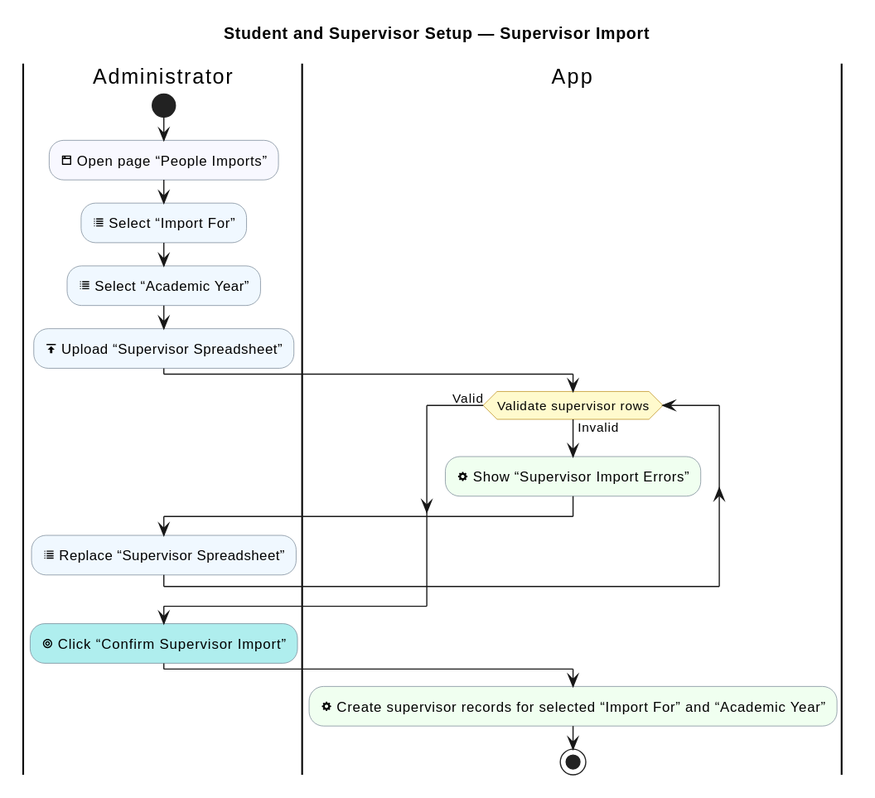
The PlantUML diagram industrial-placement-group-project/diagrams/shared-setup/supervisor-import.svg in sdflkjssl/sdflkjssl.github.io, before a commit.
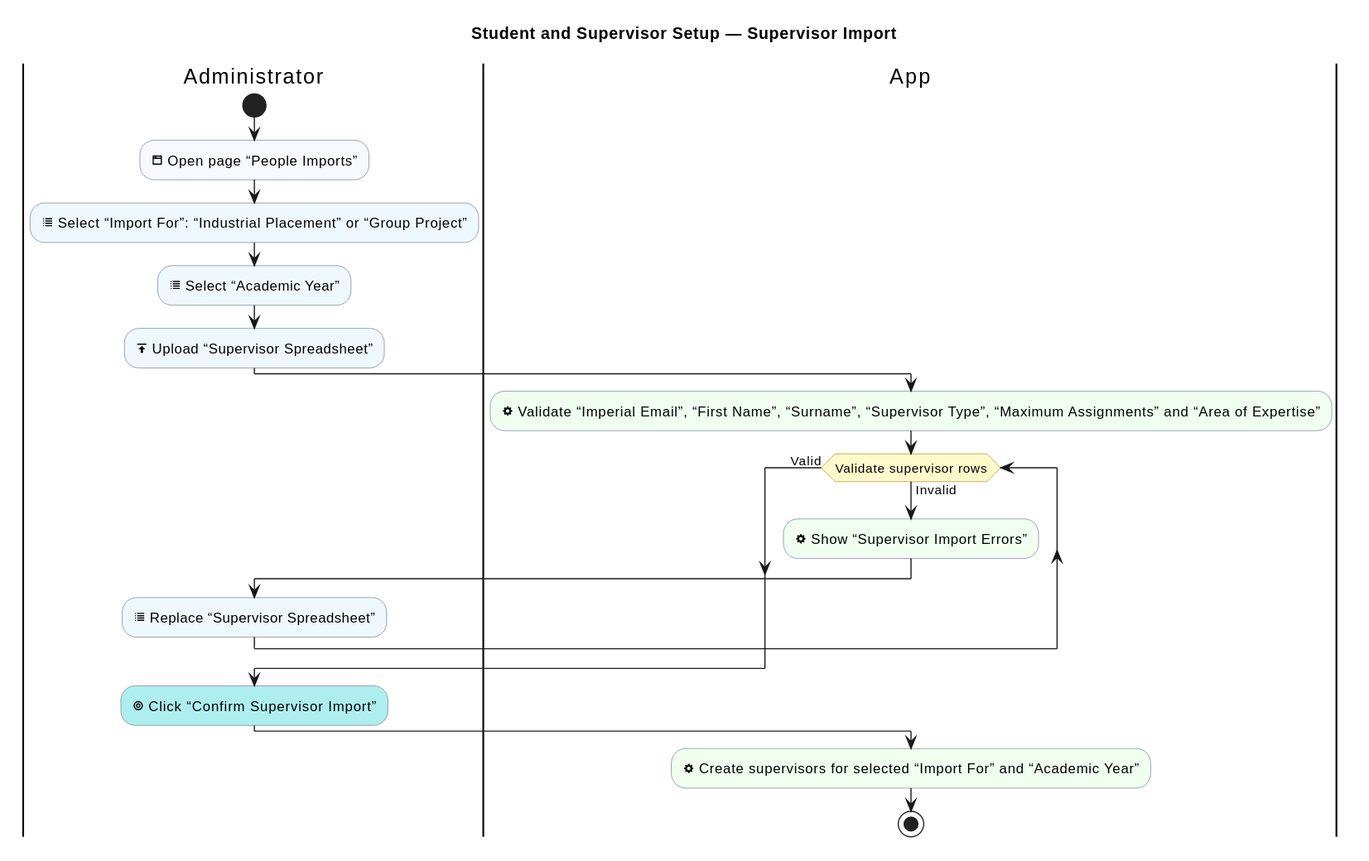
Above is the later version.

The edit, as a diff of the source:
```diff
@@ -13,11 +13,12 @@
 |Administrator|
 start
 :<&browser> Open page “People Imports”; <<#GhostWhite>>
-:<&list> Select “Import For”; <<#AliceBlue>>
+:<&list> Select “Import For”: “Industrial Placement” or “Group Project”; <<#AliceBlue>>
 :<&list> Select “Academic Year”; <<#AliceBlue>>
 :<&data-transfer-upload> Upload “Supervisor Spreadsheet”; <<#AliceBlue>>
 
 |App|
+:<&cog> Validate “Imperial Email”, “First Name”, “Surname”, “Supervisor Type”, “Maximum Assignments” and “Area of Expertise”; <<#HoneyDew>>
 while (Validate supervisor rows) is (Invalid)
   :<&cog> Show “Supervisor Import Errors”; <<#HoneyDew>>
   |Administrator|
@@ -28,6 +29,6 @@
 |Administrator|
 :<&target> Click “Confirm Supervisor Import”; <<#PaleTurquoise>>
 |App|
-:<&cog> Create supervisor records for selected “Import For” and “Academic Year”; <<#HoneyDew>>
+:<&cog> Create supervisors for selected “Import For” and “Academic Year”; <<#HoneyDew>>
 stop
 @enduml
```
